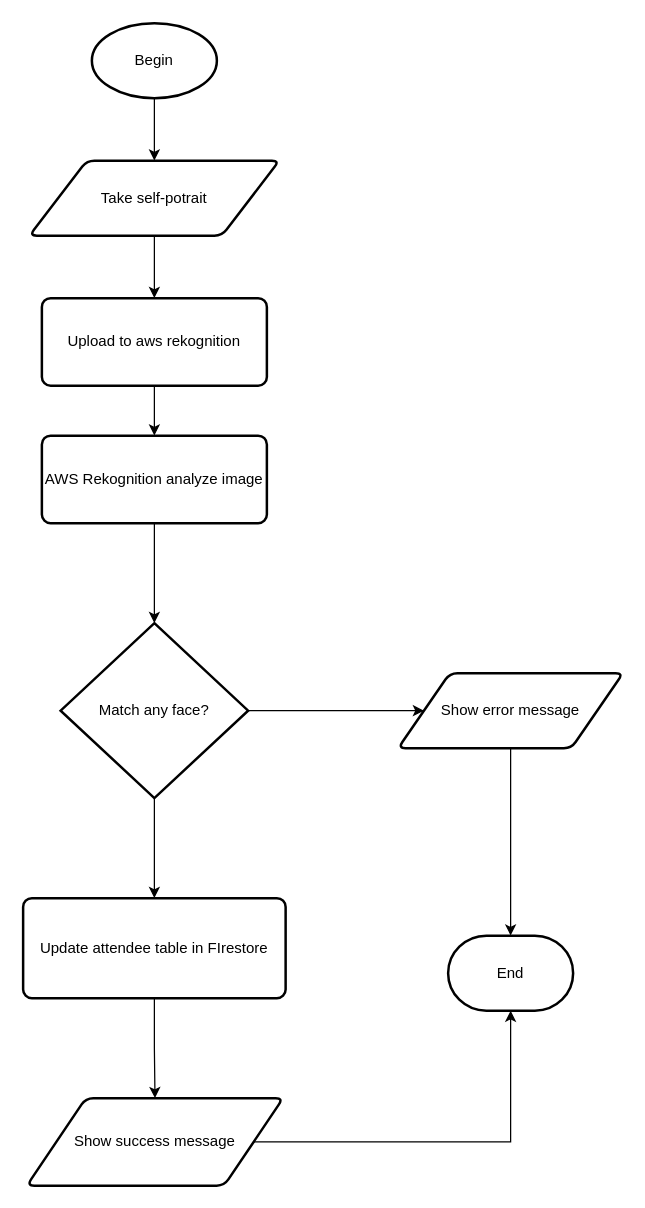
Above: facial recognition flowchart.drawio in izqalan/drawio (draw.io), before the change. Source tidied: cells renumbered, new cells numbered last; positions are measured from the earlier drawing's top-left corner, leaving out a move shared by most shapes. Both pictures are drawn from the tidied source at 125%, with x=0, y=0 at pixel (22, 22).
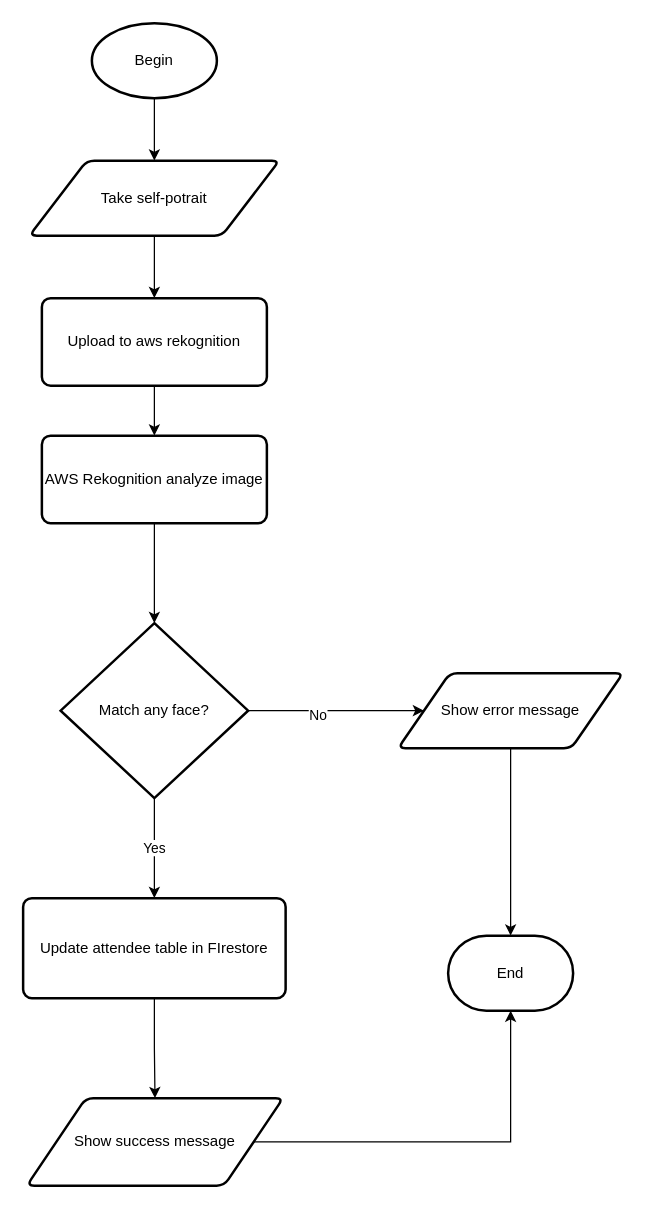
After the change.

Unchanged cells that the change refers to:
```xml
<mxCell id="10" style="edgeStyle=orthogonalEdgeStyle;rounded=0;jettySize=auto;html=1;" parent="1" edge="1" source="12" target="16">
  <mxGeometry relative="1" as="geometry" />
</mxCell>
<mxCell id="12" value="Match any face?" style="strokeWidth=2;html=1;shape=mxgraph.flowchart.decision;whiteSpace=wrap;" parent="1" vertex="1">
  <mxGeometry x="30" y="480" width="150" height="140" as="geometry" />
</mxCell>
<mxCell id="14" value="Update attendee table in FIrestore" style="rounded=1;whiteSpace=wrap;html=1;absoluteArcSize=1;arcSize=14;strokeWidth=2;" parent="1" vertex="1">
  <mxGeometry y="700" width="210" height="80" as="geometry" />
</mxCell>
```

Diff of the diagram source:
```diff
@@
+    <mxCell id="20" value="No" style="edgeLabel;html=1;align=center;verticalAlign=middle;" parent="10" vertex="1">
+      <mxGeometry x="-0.22" y="-3" relative="1" as="geometry" />
+    </mxCell>
-    <mxCell id="11" style="edgeStyle=orthogonalEdgeStyle;rounded=0;jettySize=auto;html=1;" parent="1" edge="1" source="12" target="14">
+    <mxCell id="11" value="Yes" style="edgeStyle=orthogonalEdgeStyle;rounded=0;jettySize=auto;html=1;" parent="1" edge="1" source="12" target="14">
       <mxGeometry relative="1" as="geometry" />
     </mxCell>
```
